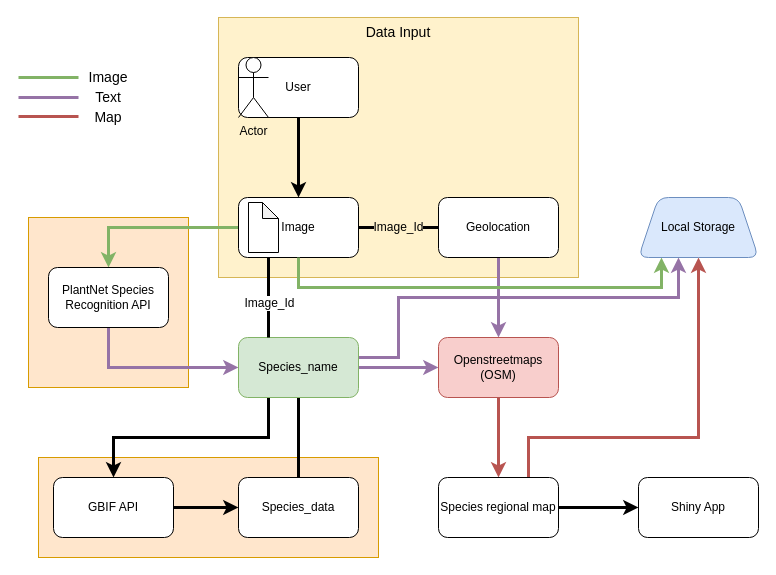
Before: page "Main" (1 of 2) of Docs/LSC.drawio in KrishnaTO/LocalSpeciesCatalogue_App, a draw.io diagram. Source tidied: cells renumbered, new cells numbered last; positions are measured from the earlier drawing's top-left corner, leaving out a move shared by most shapes. Both pictures are drawn from the tidied source at 100%, with x=0, y=0 at pixel (18, 17).
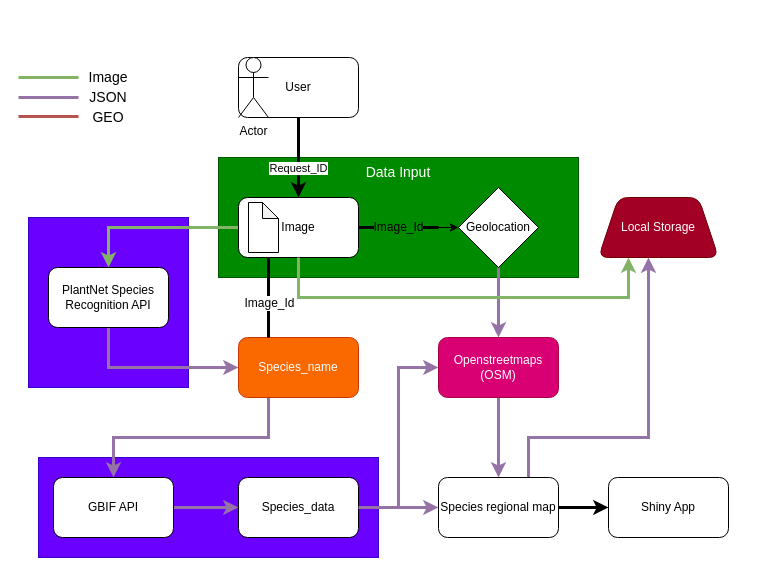
After the change.

Unchanged cells that the change refers to:
```xml
<mxCell id="6" style="edgeStyle=orthogonalEdgeStyle;rounded=0;jettySize=auto;html=1;strokeWidth=3;" parent="1" edge="1" source="7" target="9">
  <mxGeometry relative="1" as="geometry" />
</mxCell>
<mxCell id="9" value="Image" style="whiteSpace=wrap;html=1;rounded=1;" parent="1" vertex="1">
  <mxGeometry x="220" y="180" width="120" height="60" as="geometry" />
</mxCell>
<mxCell id="23" value="GBIF API" style="whiteSpace=wrap;html=1;rounded=1;" parent="1" vertex="1">
  <mxGeometry x="35" y="460" width="120" height="60" as="geometry" />
</mxCell>
<mxCell id="26" value="Species regional map" style="whiteSpace=wrap;html=1;rounded=1;" parent="1" vertex="1">
  <mxGeometry x="420" y="460" width="120" height="60" as="geometry" />
</mxCell>
<mxCell id="29" value="Species_data" style="whiteSpace=wrap;html=1;rounded=1;" parent="1" vertex="1">
  <mxGeometry x="220" y="460" width="120" height="60" as="geometry" />
</mxCell>
<mxCell id="39" value="Image_Id" style="text;html=1;strokeColor=none;fillColor=none;align=center;verticalAlign=middle;whiteSpace=wrap;rounded=0;fontSize=12;" parent="1" vertex="1">
  <mxGeometry x="355.5" y="200" width="49" height="20" as="geometry" />
</mxCell>
```

Change to the diagram source:
```diff
@@
-    <mxCell id="2" style="rounded=0;whiteSpace=wrap;html=1;fontSize=14;fillColor=#ffe6cc;strokeColor=#d79b00;" parent="1" vertex="1">
+    <mxCell id="2" style="rounded=0;whiteSpace=wrap;html=1;fontSize=14;fillColor=#6a00ff;strokeColor=#3700CC;fontColor=#ffffff;" parent="1" vertex="1">
       <mxGeometry x="20" y="440" width="340" height="100" as="geometry" />
     </mxCell>
-    <mxCell id="3" style="edgeStyle=orthogonalEdgeStyle;rounded=0;jettySize=auto;html=1;startArrow=none;startFill=0;strokeWidth=3;fontSize=14;endArrow=none;endFill=0;" parent="1" edge="1" source="29" target="21">
-      <mxGeometry relative="1" as="geometry" />
-    </mxCell>
-    <mxCell id="4" style="rounded=0;whiteSpace=wrap;html=1;fontSize=14;fillColor=#ffe6cc;strokeColor=#d79b00;" parent="1" vertex="1">
+    <mxCell id="4" style="rounded=0;whiteSpace=wrap;html=1;fontSize=14;fillColor=#6a00ff;strokeColor=#3700CC;fontColor=#ffffff;" parent="1" vertex="1">
       <mxGeometry x="10" y="200" width="160" height="170" as="geometry" />
     </mxCell>
-    <mxCell id="5" value="Data Input" style="rounded=0;whiteSpace=wrap;html=1;fillColor=#fff2cc;strokeColor=#d6b656;verticalAlign=top;fontSize=14;" parent="1" vertex="1">
-      <mxGeometry x="200" width="360" height="260" as="geometry" />
+    <mxCell id="5" value="Data Input" style="rounded=0;whiteSpace=wrap;html=1;fillColor=#008a00;strokeColor=#005700;verticalAlign=top;fontSize=14;fontColor=#ffffff;" parent="1" vertex="1">
+      <mxGeometry x="200" y="140" width="360" height="120" as="geometry" />
     </mxCell>
@@
+    <mxCell id="42" value="Request_ID" style="edgeLabel;html=1;align=center;verticalAlign=middle;" parent="6" vertex="1">
+      <mxGeometry x="0.25" y="-1" relative="1" as="geometry" />
+    </mxCell>
@@
     <mxCell id="10" style="edgeStyle=orthogonalEdgeStyle;rounded=0;jettySize=auto;html=1;strokeWidth=3;fillColor=#e1d5e7;strokeColor=#9673a6;" parent="1" edge="1" source="12" target="16">
-      <mxGeometry relative="1" as="geometry" />
+      <mxGeometry x="0.43" relative="1" as="geometry" />
     </mxCell>
     <mxCell id="11" style="edgeStyle=orthogonalEdgeStyle;rounded=0;jettySize=auto;html=1;fillColor=#d5e8d4;strokeColor=#82b366;strokeWidth=3;exitX=0.5;exitY=1;exitDx=0;exitDy=0;" parent="1" edge="1" source="9" target="17">
       <mxGeometry relative="1" as="geometry">
         <Array as="points">
-          <mxPoint x="280" y="270" />
-          <mxPoint x="643" y="270" />
+          <mxPoint x="280" y="280" />
+          <mxPoint x="610" y="280" />
         </Array>
       </mxGeometry>
     </mxCell>
-    <mxCell id="12" value="Geolocation" style="whiteSpace=wrap;html=1;rounded=1;" parent="1" vertex="1">
-      <mxGeometry x="420" y="180" width="120" height="60" as="geometry" />
-    </mxCell>
@@
-    <mxCell id="15" style="edgeStyle=orthogonalEdgeStyle;rounded=0;jettySize=auto;html=1;strokeWidth=3;fillColor=#f8cecc;strokeColor=#b85450;" parent="1" edge="1" source="16" target="26">
+    <mxCell id="15" style="edgeStyle=orthogonalEdgeStyle;rounded=0;jettySize=auto;html=1;strokeWidth=3;fillColor=#e1d5e7;strokeColor=#9673a6;" parent="1" edge="1" source="16" target="26">
       <mxGeometry relative="1" as="geometry" />
     </mxCell>
-    <mxCell id="16" value="Openstreetmaps (OSM)" style="whiteSpace=wrap;html=1;rounded=1;fillColor=#f8cecc;strokeColor=#b85450;" parent="1" vertex="1">
+    <mxCell id="16" value="Openstreetmaps (OSM)" style="whiteSpace=wrap;html=1;rounded=1;fillColor=#d80073;strokeColor=#A50040;fontColor=#ffffff;" parent="1" vertex="1">
       <mxGeometry x="420" y="320" width="120" height="60" as="geometry" />
     </mxCell>
-    <mxCell id="17" value="Local Storage" style="shape=trapezoid;perimeter=trapezoidPerimeter;whiteSpace=wrap;html=1;fixedSize=1;rounded=1;fillColor=#dae8fc;strokeColor=#6c8ebf;" parent="1" vertex="1">
-      <mxGeometry x="620" y="180" width="120" height="60" as="geometry" />
+    <mxCell id="17" value="Local Storage" style="shape=trapezoid;perimeter=trapezoidPerimeter;whiteSpace=wrap;html=1;fixedSize=1;rounded=1;fillColor=#a20025;strokeColor=#6F0000;fontColor=#ffffff;" parent="1" vertex="1">
+      <mxGeometry x="580" y="180" width="120" height="60" as="geometry" />
     </mxCell>
-    <mxCell id="18" style="edgeStyle=orthogonalEdgeStyle;rounded=0;jettySize=auto;html=1;fillColor=#e1d5e7;strokeColor=#9673a6;strokeWidth=3;" parent="1" edge="1" source="21" target="16">
-      <mxGeometry relative="1" as="geometry" />
+    <mxCell id="18" style="edgeStyle=orthogonalEdgeStyle;rounded=0;jettySize=auto;html=1;fillColor=#e1d5e7;strokeColor=#9673a6;strokeWidth=3;exitX=1;exitY=0.5;exitDx=0;exitDy=0;" parent="1" edge="1" source="29" target="16">
+      <mxGeometry relative="1" as="geometry">
+        <Array as="points">
+          <mxPoint x="380" y="490" />
+          <mxPoint x="380" y="350" />
+        </Array>
+      </mxGeometry>
     </mxCell>
-    <mxCell id="19" style="edgeStyle=orthogonalEdgeStyle;rounded=0;jettySize=auto;html=1;fillColor=#e1d5e7;strokeColor=#9673a6;strokeWidth=3;" parent="1" edge="1" target="17">
+    <mxCell id="19" style="edgeStyle=orthogonalEdgeStyle;rounded=0;jettySize=auto;html=1;fillColor=#e1d5e7;strokeColor=#9673a6;strokeWidth=3;exitX=0.75;exitY=0;exitDx=0;exitDy=0;" parent="1" edge="1" source="26" target="17">
       <mxGeometry relative="1" as="geometry">
-        <mxPoint x="340" y="340" as="sourcePoint" />
         <Array as="points">
-          <mxPoint x="380" y="340" />
-          <mxPoint x="380" y="280" />
-          <mxPoint x="660" y="280" />
+          <mxPoint x="510" y="420" />
+          <mxPoint x="630" y="420" />
         </Array>
       </mxGeometry>
     </mxCell>
-    <mxCell id="20" style="edgeStyle=orthogonalEdgeStyle;rounded=0;jettySize=auto;html=1;strokeWidth=3;startArrow=none;startFill=0;exitX=0.25;exitY=1;exitDx=0;exitDy=0;" parent="1" edge="1" source="21" target="23">
+    <mxCell id="20" style="edgeStyle=orthogonalEdgeStyle;rounded=0;jettySize=auto;html=1;strokeWidth=3;startArrow=none;startFill=0;exitX=0.25;exitY=1;exitDx=0;exitDy=0;fillColor=#e1d5e7;strokeColor=#9673a6;" parent="1" edge="1" source="21" target="23">
       <mxGeometry relative="1" as="geometry" />
     </mxCell>
-    <mxCell id="21" value="Species_name" style="whiteSpace=wrap;html=1;rounded=1;fillColor=#d5e8d4;strokeColor=#82b366;" parent="1" vertex="1">
+    <mxCell id="21" value="Species_name" style="whiteSpace=wrap;html=1;rounded=1;fillColor=#fa6800;strokeColor=#C73500;fontColor=#ffffff;" parent="1" vertex="1">
       <mxGeometry x="220" y="320" width="120" height="60" as="geometry" />
     </mxCell>
-    <mxCell id="22" style="edgeStyle=orthogonalEdgeStyle;rounded=0;jettySize=auto;html=1;startArrow=none;startFill=0;strokeWidth=3;fontSize=14;" parent="1" edge="1" source="23" target="29">
+    <mxCell id="22" style="edgeStyle=orthogonalEdgeStyle;rounded=0;jettySize=auto;html=1;startArrow=none;startFill=0;strokeWidth=3;fontSize=14;fillColor=#e1d5e7;strokeColor=#9673a6;" parent="1" edge="1" source="23" target="29">
       <mxGeometry relative="1" as="geometry" />
     </mxCell>
@@
-    <mxCell id="24" style="edgeStyle=orthogonalEdgeStyle;rounded=0;jettySize=auto;html=1;startArrow=none;startFill=0;endArrow=classic;endFill=1;strokeWidth=3;fontSize=14;fillColor=#f8cecc;strokeColor=#b85450;exitX=0.75;exitY=0;exitDx=0;exitDy=0;" parent="1" edge="1" source="26" target="17">
-      <mxGeometry relative="1" as="geometry">
-        <Array as="points">
-          <mxPoint x="510" y="420" />
-          <mxPoint x="680" y="420" />
-        </Array>
-      </mxGeometry>
-    </mxCell>
     <mxCell id="25" style="edgeStyle=orthogonalEdgeStyle;rounded=0;jettySize=auto;html=1;startArrow=none;startFill=0;endArrow=classic;endFill=1;strokeWidth=3;fontSize=12;" parent="1" edge="1" source="26" target="41">
-      <mxGeometry relative="1" as="geometry" />
+      <mxGeometry relative="1" as="geometry">
+        <Array as="points">
+          <mxPoint x="550" y="490" />
+          <mxPoint x="550" y="490" />
+        </Array>
+      </mxGeometry>
     </mxCell>
@@
-    <mxCell id="34" value="Text" style="text;html=1;strokeColor=none;fillColor=none;align=center;verticalAlign=middle;whiteSpace=wrap;rounded=0;fontSize=14;" parent="1" vertex="1">
+    <mxCell id="34" value="JSON" style="text;html=1;strokeColor=none;fillColor=none;align=center;verticalAlign=middle;whiteSpace=wrap;rounded=0;fontSize=14;" parent="1" vertex="1">
       <mxGeometry x="70" y="70" width="40" height="20" as="geometry" />
     </mxCell>
-    <mxCell id="35" value="Map" style="text;html=1;strokeColor=none;fillColor=none;align=center;verticalAlign=middle;whiteSpace=wrap;rounded=0;fontSize=14;" parent="1" vertex="1">
+    <mxCell id="35" value="GEO" style="text;html=1;strokeColor=none;fillColor=none;align=center;verticalAlign=middle;whiteSpace=wrap;rounded=0;fontSize=14;" parent="1" vertex="1">
       <mxGeometry x="70" y="90" width="40" height="20" as="geometry" />
     </mxCell>
@@
+    <mxCell id="43" style="edgeStyle=orthogonalEdgeStyle;rounded=0;jettySize=auto;html=1;entryX=0;entryY=0.5;entryDx=0;entryDy=0;" parent="1" edge="1" source="39" target="12">
+      <mxGeometry relative="1" as="geometry" />
+    </mxCell>
@@
-    <mxCell id="40" style="endArrow=none;html=1;strokeWidth=3;fontSize=14;exitX=0;exitY=0.5;exitDx=0;exitDy=0;entryX=1;entryY=0.5;entryDx=0;entryDy=0;" parent="1" edge="1" source="12" target="39">
-      <mxGeometry relative="1" as="geometry" />
+    <mxCell id="40" style="endArrow=none;html=1;strokeWidth=3;fontSize=14;exitX=0;exitY=0.5;exitDx=0;exitDy=0;entryX=1;entryY=0.5;entryDx=0;entryDy=0;" parent="1" edge="1" target="39">
+      <mxGeometry relative="1" as="geometry">
+        <mxPoint x="420" y="210" as="sourcePoint" />
+      </mxGeometry>
     </mxCell>
     <mxCell id="41" value="Shiny App" style="whiteSpace=wrap;html=1;rounded=1;" parent="1" vertex="1">
-      <mxGeometry x="620" y="460" width="120" height="60" as="geometry" />
+      <mxGeometry x="590" y="460" width="120" height="60" as="geometry" />
     </mxCell>
+    <mxCell id="12" value="&lt;span&gt;Geolocation&lt;/span&gt;" style="rhombus;whiteSpace=wrap;html=1;" parent="1" vertex="1">
+      <mxGeometry x="440" y="170" width="80" height="80" as="geometry" />
+    </mxCell>
+    <mxCell id="44" style="edgeStyle=orthogonalEdgeStyle;rounded=0;jettySize=auto;html=1;strokeWidth=3;fillColor=#e1d5e7;strokeColor=#9673a6;exitX=1;exitY=0.5;exitDx=0;exitDy=0;" parent="1" edge="1" source="29" target="26">
+      <mxGeometry relative="1" as="geometry" />
+    </mxCell>
```
